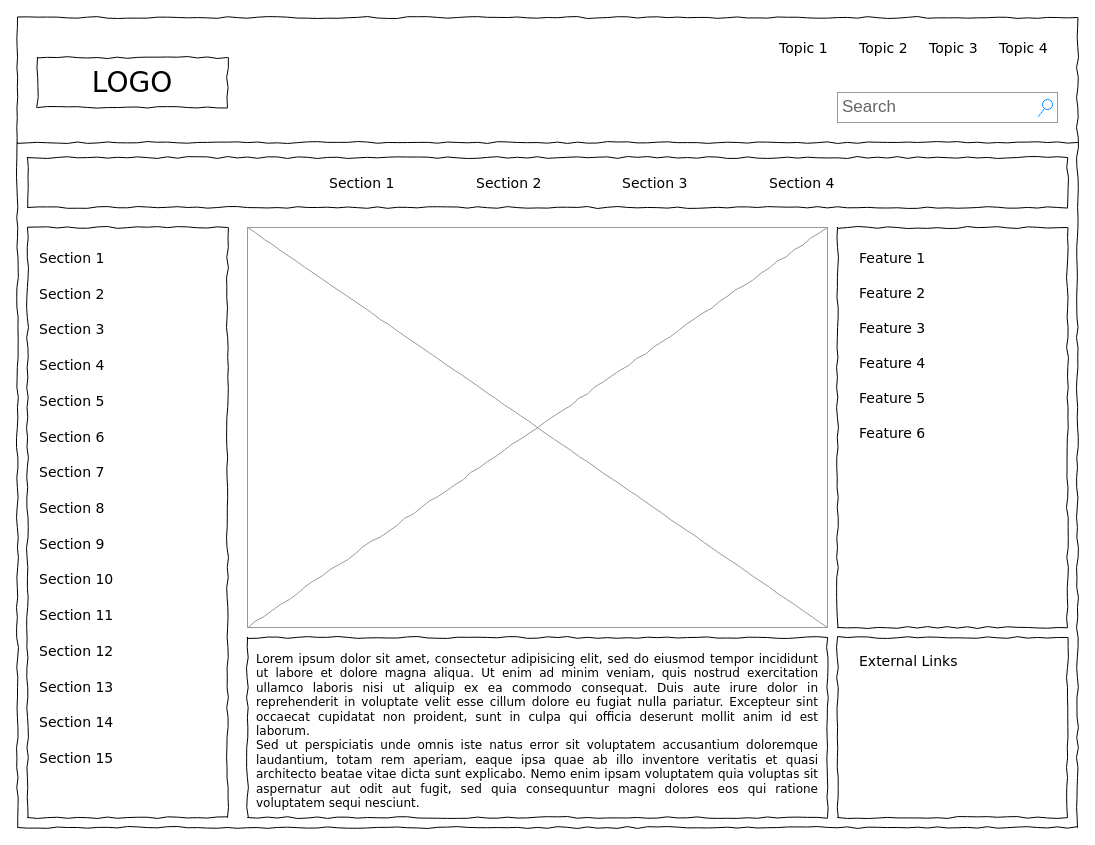
Before: Untitled Diagram.drawio in Cresty1/Dirt-bike-v2, a draw.io diagram. Source tidied: cells renumbered, new cells numbered last; positions are measured from the earlier drawing's top-left corner, leaving out a move shared by most shapes. Both pictures are drawn from the tidied source at 100%, with x=0, y=0 at pixel (17, 17).
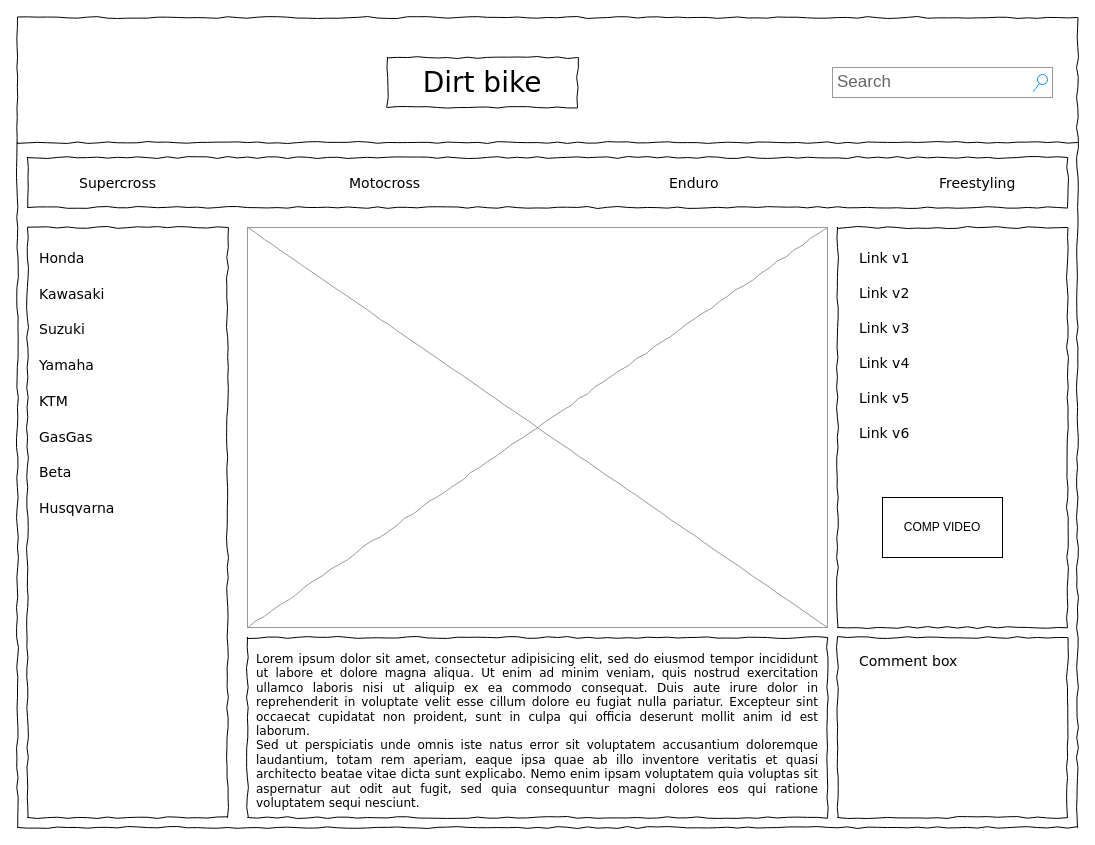
After the change.

The edit, as a diff of the source:
```diff
@@
-    <mxCell id="2" style="whiteSpace=wrap;html=1;rounded=0;shadow=0;labelBackgroundColor=none;strokeColor=#000000;strokeWidth=1;fillColor=none;fontFamily=Verdana;fontSize=12;fontColor=#000000;align=center;comic=1;" parent="1" vertex="1">
+    <mxCell id="2" style="whiteSpace=wrap;html=1;rounded=0;shadow=0;labelBackgroundColor=none;strokeWidth=1;fontFamily=Verdana;fontSize=12;align=center;comic=1;" parent="1" vertex="1">
       <mxGeometry width="1060" height="810" as="geometry" />
     </mxCell>
-    <mxCell id="3" value="LOGO" style="whiteSpace=wrap;html=1;rounded=0;shadow=0;labelBackgroundColor=none;strokeWidth=1;fontFamily=Verdana;fontSize=28;align=center;comic=1;" parent="1" vertex="1">
-      <mxGeometry x="20" y="40" width="190" height="50" as="geometry" />
+    <mxCell id="3" value="Dirt bike" style="whiteSpace=wrap;html=1;rounded=0;shadow=0;labelBackgroundColor=none;strokeWidth=1;fontFamily=Verdana;fontSize=28;align=center;comic=1;" parent="1" vertex="1">
+      <mxGeometry x="370" y="40" width="190" height="50" as="geometry" />
     </mxCell>
     <mxCell id="4" value="Search" style="strokeWidth=1;shadow=0;dashed=0;align=center;html=1;shape=mxgraph.mockup.forms.searchBox;strokeColor=#999999;mainText=;strokeColor2=#008cff;fontColor=#666666;fontSize=17;align=left;spacingLeft=3;rounded=0;labelBackgroundColor=none;comic=1;" parent="1" vertex="1">
-      <mxGeometry x="820" y="75" width="220" height="30" as="geometry" />
+      <mxGeometry x="815" y="50" width="220" height="30" as="geometry" />
     </mxCell>
-    <mxCell id="5" value="Topic 1" style="text;html=1;align=left;verticalAlign=top;spacingTop=-4;fontSize=14;fontFamily=Verdana;" parent="1" vertex="1">
-      <mxGeometry x="760" y="20" width="60" height="20" as="geometry" />
-    </mxCell>
-    <mxCell id="6" value="Topic 2" style="text;html=1;align=left;verticalAlign=top;spacingTop=-4;fontSize=14;fontFamily=Verdana;" parent="1" vertex="1">
-      <mxGeometry x="840" y="20" width="60" height="20" as="geometry" />
-    </mxCell>
-    <mxCell id="7" value="Topic 3" style="text;html=1;align=left;verticalAlign=top;spacingTop=-4;fontSize=14;fontFamily=Verdana;" parent="1" vertex="1">
-      <mxGeometry x="910" y="20" width="60" height="20" as="geometry" />
-    </mxCell>
-    <mxCell id="8" value="Topic 4" style="text;html=1;align=left;verticalAlign=top;spacingTop=-4;fontSize=14;fontFamily=Verdana;" parent="1" vertex="1">
-      <mxGeometry x="980" y="20" width="60" height="20" as="geometry" />
-    </mxCell>
@@
-    <mxCell id="12" value="Section 1" style="text;html=1;align=left;verticalAlign=top;spacingTop=-4;fontSize=14;fontFamily=Verdana;" parent="1" vertex="1">
-      <mxGeometry x="310" y="155" width="60" height="20" as="geometry" />
+    <mxCell id="12" value="Supercross" style="text;html=1;align=left;verticalAlign=top;spacingTop=-4;fontSize=14;fontFamily=Verdana;" parent="1" vertex="1">
+      <mxGeometry x="60" y="155" width="60" height="20" as="geometry" />
     </mxCell>
-    <mxCell id="13" value="Section 2" style="text;html=1;align=left;verticalAlign=top;spacingTop=-4;fontSize=14;fontFamily=Verdana;" parent="1" vertex="1">
-      <mxGeometry x="457" y="155" width="60" height="20" as="geometry" />
+    <mxCell id="13" value="Motocross" style="text;html=1;align=left;verticalAlign=top;spacingTop=-4;fontSize=14;fontFamily=Verdana;" parent="1" vertex="1">
+      <mxGeometry x="330" y="155" width="60" height="20" as="geometry" />
     </mxCell>
-    <mxCell id="14" value="Section 3" style="text;html=1;align=left;verticalAlign=top;spacingTop=-4;fontSize=14;fontFamily=Verdana;" parent="1" vertex="1">
-      <mxGeometry x="603" y="155" width="60" height="20" as="geometry" />
+    <mxCell id="14" value="Enduro" style="text;html=1;align=left;verticalAlign=top;spacingTop=-4;fontSize=14;fontFamily=Verdana;" parent="1" vertex="1">
+      <mxGeometry x="650" y="155" width="60" height="20" as="geometry" />
     </mxCell>
-    <mxCell id="15" value="Section 4" style="text;html=1;align=left;verticalAlign=top;spacingTop=-4;fontSize=14;fontFamily=Verdana;" parent="1" vertex="1">
-      <mxGeometry x="750" y="155" width="60" height="20" as="geometry" />
+    <mxCell id="15" value="Freestyling" style="text;html=1;align=left;verticalAlign=top;spacingTop=-4;fontSize=14;fontFamily=Verdana;" parent="1" vertex="1">
+      <mxGeometry x="920" y="155" width="60" height="20" as="geometry" />
     </mxCell>
@@
-    <mxCell id="20" value="Section 1" style="text;html=1;align=left;verticalAlign=top;spacingTop=-4;fontSize=14;fontFamily=Verdana;" parent="1" vertex="1">
+    <mxCell id="20" value="Honda" style="text;html=1;align=left;verticalAlign=top;spacingTop=-4;fontSize=14;fontFamily=Verdana;" parent="1" vertex="1">
       <mxGeometry x="20" y="230" width="170" height="20" as="geometry" />
     </mxCell>
-    <mxCell id="21" value="Section 2" style="text;html=1;align=left;verticalAlign=top;spacingTop=-4;fontSize=14;fontFamily=Verdana;" parent="1" vertex="1">
+    <mxCell id="21" value="Kawasaki" style="text;html=1;align=left;verticalAlign=top;spacingTop=-4;fontSize=14;fontFamily=Verdana;" parent="1" vertex="1">
       <mxGeometry x="20" y="266" width="170" height="20" as="geometry" />
     </mxCell>
-    <mxCell id="22" value="Section 3" style="text;html=1;align=left;verticalAlign=top;spacingTop=-4;fontSize=14;fontFamily=Verdana;" parent="1" vertex="1">
+    <mxCell id="22" value="Suzuki" style="text;html=1;align=left;verticalAlign=top;spacingTop=-4;fontSize=14;fontFamily=Verdana;" parent="1" vertex="1">
       <mxGeometry x="20" y="301" width="170" height="20" as="geometry" />
     </mxCell>
-    <mxCell id="23" value="Section 4" style="text;html=1;align=left;verticalAlign=top;spacingTop=-4;fontSize=14;fontFamily=Verdana;" parent="1" vertex="1">
+    <mxCell id="23" value="Yamaha" style="text;html=1;align=left;verticalAlign=top;spacingTop=-4;fontSize=14;fontFamily=Verdana;" parent="1" vertex="1">
       <mxGeometry x="20" y="337" width="170" height="20" as="geometry" />
     </mxCell>
-    <mxCell id="24" value="Section 7" style="text;html=1;align=left;verticalAlign=top;spacingTop=-4;fontSize=14;fontFamily=Verdana;" parent="1" vertex="1">
+    <mxCell id="24" value="Beta" style="text;html=1;align=left;verticalAlign=top;spacingTop=-4;fontSize=14;fontFamily=Verdana;" parent="1" vertex="1">
       <mxGeometry x="20" y="444" width="170" height="20" as="geometry" />
     </mxCell>
-    <mxCell id="25" value="Section 8" style="text;html=1;align=left;verticalAlign=top;spacingTop=-4;fontSize=14;fontFamily=Verdana;" parent="1" vertex="1">
+    <mxCell id="25" value="Husqvarna" style="text;html=1;align=left;verticalAlign=top;spacingTop=-4;fontSize=14;fontFamily=Verdana;" parent="1" vertex="1">
       <mxGeometry x="20" y="480" width="170" height="20" as="geometry" />
     </mxCell>
-    <mxCell id="26" value="Section 9" style="text;html=1;align=left;verticalAlign=top;spacingTop=-4;fontSize=14;fontFamily=Verdana;" parent="1" vertex="1">
-      <mxGeometry x="20" y="516" width="170" height="20" as="geometry" />
-    </mxCell>
-    <mxCell id="27" value="Section 10" style="text;html=1;align=left;verticalAlign=top;spacingTop=-4;fontSize=14;fontFamily=Verdana;" parent="1" vertex="1">
-      <mxGeometry x="20" y="551" width="170" height="20" as="geometry" />
-    </mxCell>
-    <mxCell id="28" value="Section 11" style="text;html=1;align=left;verticalAlign=top;spacingTop=-4;fontSize=14;fontFamily=Verdana;" parent="1" vertex="1">
-      <mxGeometry x="20" y="587" width="170" height="20" as="geometry" />
-    </mxCell>
-    <mxCell id="29" value="Section 12" style="text;html=1;align=left;verticalAlign=top;spacingTop=-4;fontSize=14;fontFamily=Verdana;" parent="1" vertex="1">
-      <mxGeometry x="20" y="623" width="170" height="20" as="geometry" />
-    </mxCell>
-    <mxCell id="30" value="Section 13" style="text;html=1;align=left;verticalAlign=top;spacingTop=-4;fontSize=14;fontFamily=Verdana;" parent="1" vertex="1">
-      <mxGeometry x="20" y="659" width="170" height="20" as="geometry" />
-    </mxCell>
-    <mxCell id="31" value="Section 14" style="text;html=1;align=left;verticalAlign=top;spacingTop=-4;fontSize=14;fontFamily=Verdana;" parent="1" vertex="1">
-      <mxGeometry x="20" y="694" width="170" height="20" as="geometry" />
-    </mxCell>
-    <mxCell id="32" value="Section 5" style="text;html=1;align=left;verticalAlign=top;spacingTop=-4;fontSize=14;fontFamily=Verdana;" parent="1" vertex="1">
+    <mxCell id="32" value="KTM" style="text;html=1;align=left;verticalAlign=top;spacingTop=-4;fontSize=14;fontFamily=Verdana;" parent="1" vertex="1">
       <mxGeometry x="20" y="373" width="170" height="20" as="geometry" />
     </mxCell>
-    <mxCell id="33" value="Section 6" style="text;html=1;align=left;verticalAlign=top;spacingTop=-4;fontSize=14;fontFamily=Verdana;" parent="1" vertex="1">
+    <mxCell id="33" value="GasGas" style="text;html=1;align=left;verticalAlign=top;spacingTop=-4;fontSize=14;fontFamily=Verdana;" parent="1" vertex="1">
       <mxGeometry x="20" y="409" width="170" height="20" as="geometry" />
     </mxCell>
-    <mxCell id="34" value="Section 15" style="text;html=1;align=left;verticalAlign=top;spacingTop=-4;fontSize=14;fontFamily=Verdana;" parent="1" vertex="1">
-      <mxGeometry x="20" y="730" width="170" height="20" as="geometry" />
-    </mxCell>
-    <mxCell id="35" value="External Links" style="text;html=1;align=left;verticalAlign=top;spacingTop=-4;fontSize=14;fontFamily=Verdana;" parent="1" vertex="1">
+    <mxCell id="35" value="Comment box" style="text;html=1;align=left;verticalAlign=top;spacingTop=-4;fontSize=14;fontFamily=Verdana;" parent="1" vertex="1">
       <mxGeometry x="840" y="633" width="170" height="20" as="geometry" />
     </mxCell>
-    <mxCell id="36" value="Feature 1" style="text;html=1;align=left;verticalAlign=top;spacingTop=-4;fontSize=14;fontFamily=Verdana;" parent="1" vertex="1">
+    <mxCell id="36" value="Link v1" style="text;html=1;align=left;verticalAlign=top;spacingTop=-4;fontSize=14;fontFamily=Verdana;" parent="1" vertex="1">
       <mxGeometry x="840" y="230" width="170" height="20" as="geometry" />
     </mxCell>
-    <mxCell id="37" value="Feature 2" style="text;html=1;align=left;verticalAlign=top;spacingTop=-4;fontSize=14;fontFamily=Verdana;" parent="1" vertex="1">
+    <mxCell id="37" value="Link v2" style="text;html=1;align=left;verticalAlign=top;spacingTop=-4;fontSize=14;fontFamily=Verdana;" parent="1" vertex="1">
       <mxGeometry x="840" y="265" width="170" height="20" as="geometry" />
     </mxCell>
-    <mxCell id="38" value="Feature 3" style="text;html=1;align=left;verticalAlign=top;spacingTop=-4;fontSize=14;fontFamily=Verdana;" parent="1" vertex="1">
+    <mxCell id="38" value="Link v3" style="text;html=1;align=left;verticalAlign=top;spacingTop=-4;fontSize=14;fontFamily=Verdana;" parent="1" vertex="1">
       <mxGeometry x="840" y="300" width="170" height="20" as="geometry" />
     </mxCell>
-    <mxCell id="39" value="Feature 4" style="text;html=1;align=left;verticalAlign=top;spacingTop=-4;fontSize=14;fontFamily=Verdana;" parent="1" vertex="1">
+    <mxCell id="39" value="Link v4" style="text;html=1;align=left;verticalAlign=top;spacingTop=-4;fontSize=14;fontFamily=Verdana;" parent="1" vertex="1">
       <mxGeometry x="840" y="335" width="170" height="20" as="geometry" />
     </mxCell>
-    <mxCell id="40" value="Feature 5" style="text;html=1;align=left;verticalAlign=top;spacingTop=-4;fontSize=14;fontFamily=Verdana;" parent="1" vertex="1">
+    <mxCell id="40" value="Link v5" style="text;html=1;align=left;verticalAlign=top;spacingTop=-4;fontSize=14;fontFamily=Verdana;" parent="1" vertex="1">
       <mxGeometry x="840" y="370" width="170" height="20" as="geometry" />
     </mxCell>
-    <mxCell id="41" value="Feature 6" style="text;html=1;align=left;verticalAlign=top;spacingTop=-4;fontSize=14;fontFamily=Verdana;" parent="1" vertex="1">
+    <mxCell id="41" value="Link v6" style="text;html=1;align=left;verticalAlign=top;spacingTop=-4;fontSize=14;fontFamily=Verdana;" parent="1" vertex="1">
       <mxGeometry x="840" y="405" width="170" height="20" as="geometry" />
     </mxCell>
+    <mxCell id="42" value="COMP VIDEO" style="rounded=0;whiteSpace=wrap;html=1;" parent="1" vertex="1">
+      <mxGeometry x="865" y="480" width="120" height="60" as="geometry" />
+    </mxCell>
```
